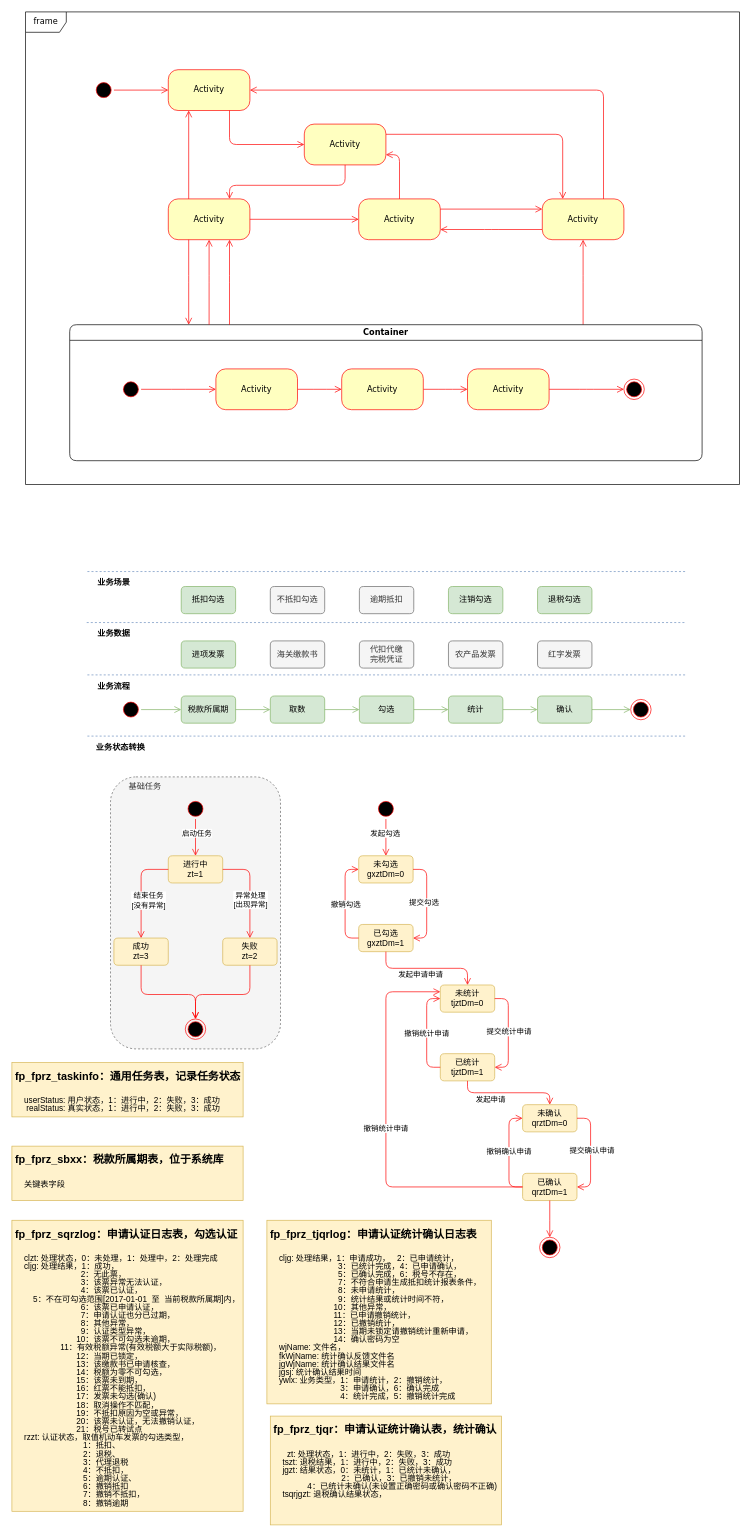
This is 发票认证整体.drawio from xingzhihe/hello-world, a draw.io file, before an edit. Source tidied: cells renumbered, new cells numbered last; positions are measured from the earlier drawing's top-left corner, leaving out a move shared by most shapes. Both pictures are drawn from the tidied source at 68%, with x=0, y=0 at pixel (12, 12).
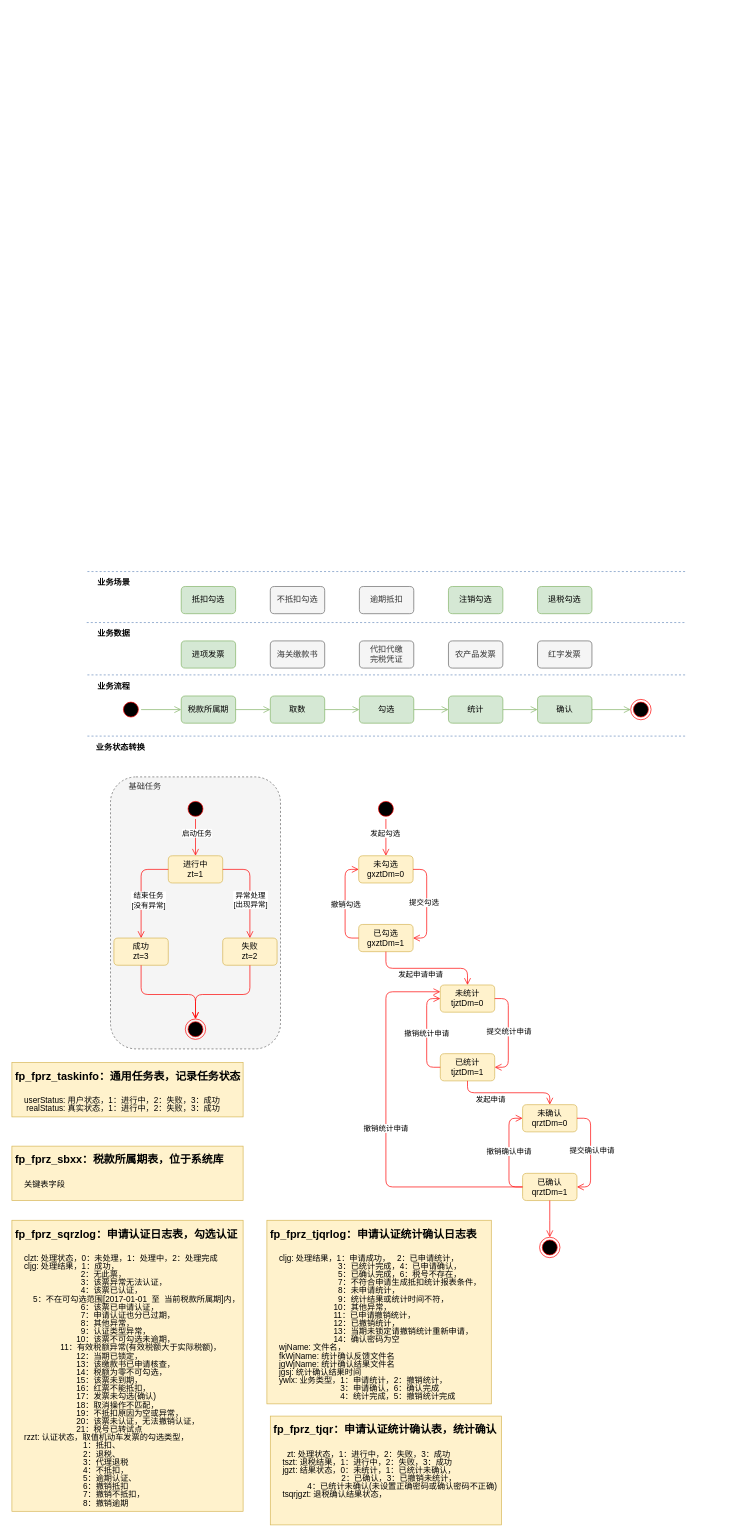
Above is the later version.

Commit message:
更新发票认证整体.drawio

The edit, as a diff of the source:
```diff
@@
-    <mxCell id="3" style="ellipse;html=1;shape=startState;fillColor=#000000;strokeColor=#ff0000;rounded=1;shadow=0;comic=0;labelBackgroundColor=none;fontFamily=Verdana;fontSize=12;fontColor=#000000;align=center;direction=south;" parent="1" vertex="1">
-      <mxGeometry x="120" y="100" width="30" height="30" as="geometry" />
-    </mxCell>
-    <mxCell id="4" value="Activity" style="rounded=1;whiteSpace=wrap;html=1;arcSize=24;fillColor=#ffffc0;strokeColor=#ff0000;shadow=0;comic=0;labelBackgroundColor=none;fontFamily=Verdana;fontSize=12;fontColor=#000000;align=center;" parent="1" vertex="1">
-      <mxGeometry x="230" y="275" width="120" height="60" as="geometry" />
-    </mxCell>
-    <mxCell id="5" value="Activity" style="rounded=1;whiteSpace=wrap;html=1;arcSize=24;fillColor=#ffffc0;strokeColor=#ff0000;shadow=0;comic=0;labelBackgroundColor=none;fontFamily=Verdana;fontSize=12;fontColor=#000000;align=center;" parent="1" vertex="1">
-      <mxGeometry x="230" y="85" width="120" height="60" as="geometry" />
-    </mxCell>
-    <mxCell id="6" style="edgeStyle=orthogonalEdgeStyle;html=1;exitX=1;exitY=0.25;entryX=0.25;entryY=0;labelBackgroundColor=none;endArrow=open;endSize=8;strokeColor=#ff0000;fontFamily=Verdana;fontSize=12;align=left;" parent="1" edge="1" source="7" target="10">
-      <mxGeometry relative="1" as="geometry" />
-    </mxCell>
-    <mxCell id="7" value="Activity" style="rounded=1;whiteSpace=wrap;html=1;arcSize=24;fillColor=#ffffc0;strokeColor=#ff0000;shadow=0;comic=0;labelBackgroundColor=none;fontFamily=Verdana;fontSize=12;fontColor=#000000;align=center;" parent="1" vertex="1">
-      <mxGeometry x="430" y="165" width="120" height="60" as="geometry" />
-    </mxCell>
-    <mxCell id="8" style="edgeStyle=orthogonalEdgeStyle;html=1;exitX=0.75;exitY=0;entryX=1;entryY=0.5;labelBackgroundColor=none;endArrow=open;endSize=8;strokeColor=#ff0000;fontFamily=Verdana;fontSize=12;align=left;" parent="1" edge="1" source="10" target="5">
-      <mxGeometry relative="1" as="geometry">
-        <Array as="points">
-          <mxPoint x="870" y="115" />
-        </Array>
-      </mxGeometry>
-    </mxCell>
-    <mxCell id="9" style="edgeStyle=elbowEdgeStyle;html=1;exitX=0;exitY=0.75;entryX=1;entryY=0.75;labelBackgroundColor=none;endArrow=open;endSize=8;strokeColor=#ff0000;fontFamily=Verdana;fontSize=12;align=left;" parent="1" edge="1" source="10" target="11">
-      <mxGeometry relative="1" as="geometry" />
-    </mxCell>
-    <mxCell id="10" value="Activity" style="rounded=1;whiteSpace=wrap;html=1;arcSize=24;fillColor=#ffffc0;strokeColor=#ff0000;shadow=0;comic=0;labelBackgroundColor=none;fontFamily=Verdana;fontSize=12;fontColor=#000000;align=center;" parent="1" vertex="1">
-      <mxGeometry x="780" y="275" width="120" height="60" as="geometry" />
-    </mxCell>
-    <mxCell id="11" value="Activity" style="rounded=1;whiteSpace=wrap;html=1;arcSize=24;fillColor=#ffffc0;strokeColor=#ff0000;shadow=0;comic=0;labelBackgroundColor=none;fontFamily=Verdana;fontSize=12;fontColor=#000000;align=center;" parent="1" vertex="1">
-      <mxGeometry x="510" y="275" width="120" height="60" as="geometry" />
-    </mxCell>
-    <mxCell id="12" style="edgeStyle=elbowEdgeStyle;html=1;labelBackgroundColor=none;endArrow=open;endSize=8;strokeColor=#ff0000;fontFamily=Verdana;fontSize=12;align=left;" parent="1" edge="1" source="13" target="10">
-      <mxGeometry relative="1" as="geometry" />
-    </mxCell>
-    <mxCell id="13" value="Container" style="swimlane;whiteSpace=wrap;html=1;rounded=1;shadow=0;comic=0;labelBackgroundColor=none;strokeWidth=1;fontFamily=Verdana;fontSize=12;align=center;" parent="1" vertex="1">
-      <mxGeometry x="85" y="460" width="930" height="200" as="geometry" />
-    </mxCell>
-    <mxCell id="14" style="edgeStyle=elbowEdgeStyle;html=1;labelBackgroundColor=none;endArrow=open;endSize=8;strokeColor=#ff0000;fontFamily=Verdana;fontSize=12;align=left;" parent="13" edge="1" source="15" target="20">
-      <mxGeometry relative="1" as="geometry" />
-    </mxCell>
-    <mxCell id="15" value="Activity" style="rounded=1;whiteSpace=wrap;html=1;arcSize=24;fillColor=#ffffc0;strokeColor=#ff0000;shadow=0;comic=0;labelBackgroundColor=none;fontFamily=Verdana;fontSize=12;fontColor=#000000;align=center;" parent="13" vertex="1">
-      <mxGeometry x="215" y="65" width="120" height="60" as="geometry" />
-    </mxCell>
-    <mxCell id="16" style="ellipse;html=1;shape=endState;fillColor=#000000;strokeColor=#ff0000;rounded=1;shadow=0;comic=0;labelBackgroundColor=none;fontFamily=Verdana;fontSize=12;fontColor=#000000;align=center;" parent="13" vertex="1">
-      <mxGeometry x="815" y="80" width="30" height="30" as="geometry" />
-    </mxCell>
-    <mxCell id="17" style="edgeStyle=elbowEdgeStyle;html=1;labelBackgroundColor=none;endArrow=open;endSize=8;strokeColor=#ff0000;fontFamily=Verdana;fontSize=12;align=left;" parent="13" edge="1" source="18" target="15">
-      <mxGeometry relative="1" as="geometry" />
-    </mxCell>
-    <mxCell id="18" style="ellipse;html=1;shape=startState;fillColor=#000000;strokeColor=#ff0000;rounded=1;shadow=0;comic=0;labelBackgroundColor=none;fontFamily=Verdana;fontSize=12;fontColor=#000000;align=center;direction=south;" parent="13" vertex="1">
-      <mxGeometry x="75" y="80" width="30" height="30" as="geometry" />
-    </mxCell>
-    <mxCell id="19" style="edgeStyle=elbowEdgeStyle;html=1;labelBackgroundColor=none;endArrow=open;endSize=8;strokeColor=#ff0000;fontFamily=Verdana;fontSize=12;align=left;" parent="13" edge="1" source="20" target="22">
-      <mxGeometry relative="1" as="geometry" />
-    </mxCell>
-    <mxCell id="20" value="Activity" style="rounded=1;whiteSpace=wrap;html=1;arcSize=24;fillColor=#ffffc0;strokeColor=#ff0000;shadow=0;comic=0;labelBackgroundColor=none;fontFamily=Verdana;fontSize=12;fontColor=#000000;align=center;" parent="13" vertex="1">
-      <mxGeometry x="400" y="65" width="120" height="60" as="geometry" />
-    </mxCell>
-    <mxCell id="21" style="edgeStyle=elbowEdgeStyle;html=1;labelBackgroundColor=none;endArrow=open;endSize=8;strokeColor=#ff0000;fontFamily=Verdana;fontSize=12;align=left;" parent="13" edge="1" source="22" target="16">
-      <mxGeometry relative="1" as="geometry" />
-    </mxCell>
-    <mxCell id="22" value="Activity" style="rounded=1;whiteSpace=wrap;html=1;arcSize=24;fillColor=#ffffc0;strokeColor=#ff0000;shadow=0;comic=0;labelBackgroundColor=none;fontFamily=Verdana;fontSize=12;fontColor=#000000;align=center;" parent="13" vertex="1">
-      <mxGeometry x="585" y="65" width="120" height="60" as="geometry" />
-    </mxCell>
-    <mxCell id="23" value="frame" style="shape=umlFrame;whiteSpace=wrap;html=1;rounded=1;shadow=0;comic=0;labelBackgroundColor=none;strokeWidth=1;fontFamily=Verdana;fontSize=12;align=center;" parent="1" vertex="1">
-      <mxGeometry x="20" width="1050" height="695" as="geometry" />
-    </mxCell>
-    <mxCell id="24" style="edgeStyle=orthogonalEdgeStyle;html=1;labelBackgroundColor=none;endArrow=open;endSize=8;strokeColor=#ff0000;fontFamily=Verdana;fontSize=12;align=left;" parent="1" edge="1" source="3" target="5">
-      <mxGeometry relative="1" as="geometry" />
-    </mxCell>
-    <mxCell id="25" style="edgeStyle=orthogonalEdgeStyle;html=1;labelBackgroundColor=none;endArrow=open;endSize=8;strokeColor=#ff0000;fontFamily=Verdana;fontSize=12;align=left;entryX=0;entryY=0.5;" parent="1" edge="1" source="5" target="7">
-      <mxGeometry relative="1" as="geometry">
-        <Array as="points">
-          <mxPoint x="320" y="195" />
-        </Array>
-      </mxGeometry>
-    </mxCell>
-    <mxCell id="26" style="edgeStyle=orthogonalEdgeStyle;html=1;entryX=0.75;entryY=0;labelBackgroundColor=none;endArrow=open;endSize=8;strokeColor=#ff0000;fontFamily=Verdana;fontSize=12;align=left;exitX=0.5;exitY=1;" parent="1" edge="1" source="7" target="4">
-      <mxGeometry relative="1" as="geometry">
-        <Array as="points">
-          <mxPoint x="490" y="255" />
-          <mxPoint x="320" y="255" />
-        </Array>
-      </mxGeometry>
-    </mxCell>
-    <mxCell id="27" style="edgeStyle=orthogonalEdgeStyle;html=1;exitX=0.25;exitY=0;entryX=0.25;entryY=1;labelBackgroundColor=none;endArrow=open;endSize=8;strokeColor=#ff0000;fontFamily=Verdana;fontSize=12;align=left;" parent="1" edge="1" source="4" target="5">
-      <mxGeometry relative="1" as="geometry" />
-    </mxCell>
-    <mxCell id="28" style="edgeStyle=orthogonalEdgeStyle;html=1;exitX=1;exitY=0.5;entryX=0;entryY=0.5;labelBackgroundColor=none;endArrow=open;endSize=8;strokeColor=#ff0000;fontFamily=Verdana;fontSize=12;align=left;" parent="1" edge="1" source="4" target="11">
-      <mxGeometry relative="1" as="geometry" />
-    </mxCell>
-    <mxCell id="29" style="edgeStyle=orthogonalEdgeStyle;html=1;exitX=0.5;exitY=0;entryX=1;entryY=0.75;labelBackgroundColor=none;endArrow=open;endSize=8;strokeColor=#ff0000;fontFamily=Verdana;fontSize=12;align=left;" parent="1" edge="1" source="11" target="7">
-      <mxGeometry relative="1" as="geometry" />
-    </mxCell>
-    <mxCell id="30" style="edgeStyle=orthogonalEdgeStyle;html=1;exitX=1;exitY=0.25;entryX=0;entryY=0.25;labelBackgroundColor=none;endArrow=open;endSize=8;strokeColor=#ff0000;fontFamily=Verdana;fontSize=12;align=left;" parent="1" edge="1" source="11" target="10">
-      <mxGeometry relative="1" as="geometry" />
-    </mxCell>
-    <mxCell id="31" style="edgeStyle=elbowEdgeStyle;html=1;labelBackgroundColor=none;endArrow=open;endSize=8;strokeColor=#ff0000;fontFamily=Verdana;fontSize=12;align=left;entryX=0.75;entryY=1;" parent="1" edge="1" source="13" target="4">
-      <mxGeometry relative="1" as="geometry" />
-    </mxCell>
-    <mxCell id="32" style="edgeStyle=elbowEdgeStyle;html=1;labelBackgroundColor=none;endArrow=open;endSize=8;strokeColor=#ff0000;fontFamily=Verdana;fontSize=12;align=left;entryX=0.5;entryY=1;" parent="1" edge="1" source="13" target="4">
-      <mxGeometry relative="1" as="geometry" />
-    </mxCell>
-    <mxCell id="33" style="edgeStyle=elbowEdgeStyle;html=1;labelBackgroundColor=none;endArrow=open;endSize=8;strokeColor=#ff0000;fontFamily=Verdana;fontSize=12;align=left;exitX=0.25;exitY=1;" parent="1" edge="1" source="4" target="13">
-      <mxGeometry relative="1" as="geometry" />
-    </mxCell>
```
